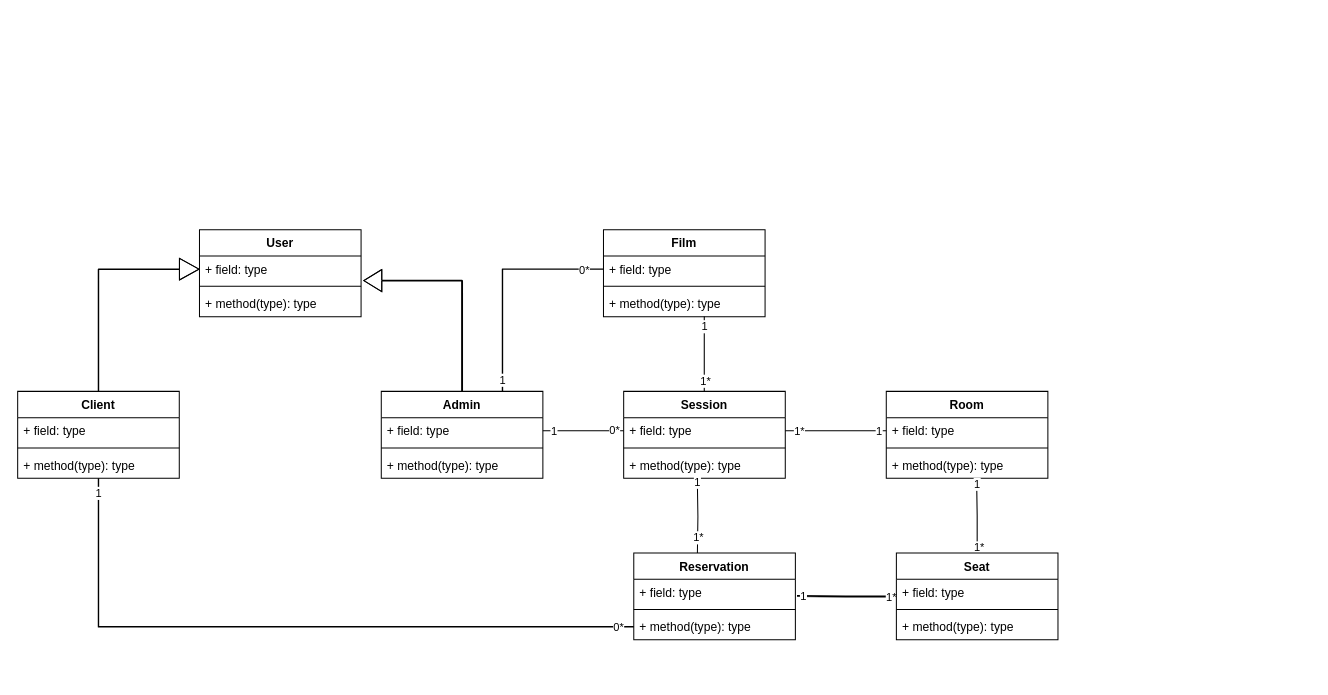
Above: conception/diagram.drawio in OUMAIMAtakrour/Cine_star (draw.io), before the change. Source tidied: cells renumbered, new cells numbered last; positions are measured from the earlier drawing's top-left corner, leaving out a move shared by most shapes. Both pictures are drawn from the tidied source at 101%, with x=0, y=0 at pixel (17, 229).
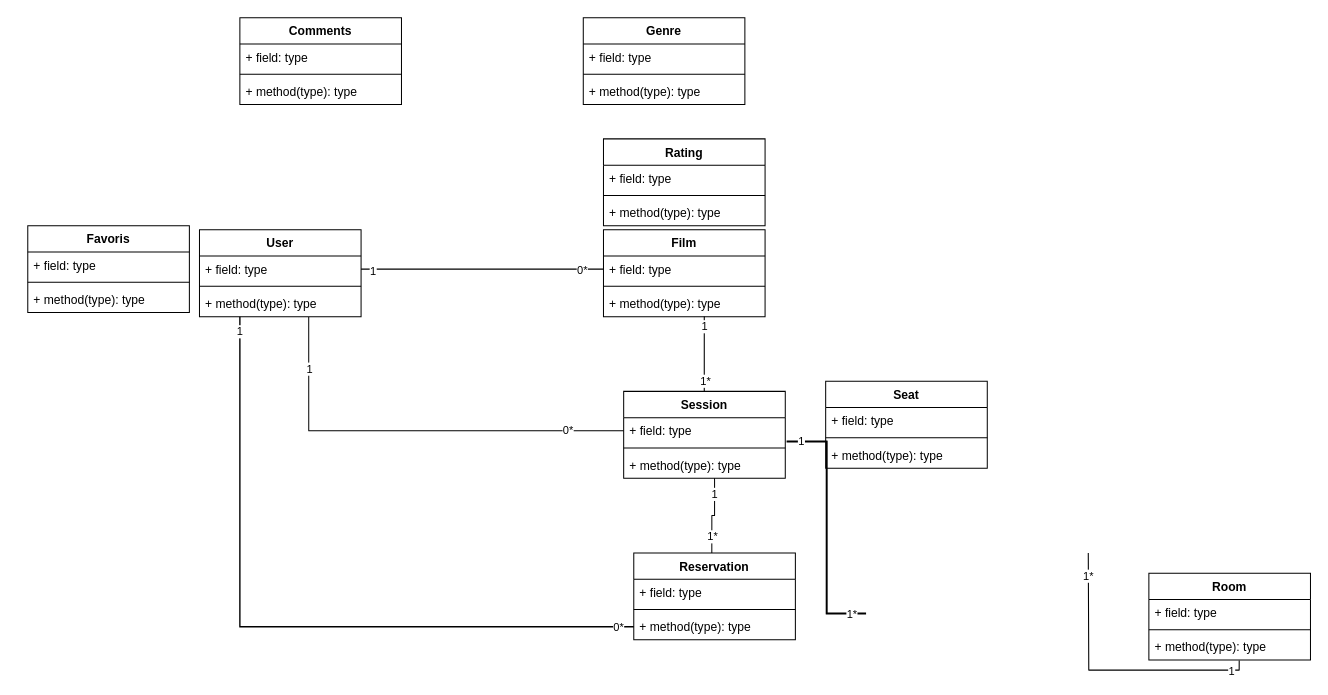
Above is the later version.

The change refers to these unchanged cells:
```xml
<mxCell id="3" value="+ field: type" style="text;strokeColor=none;fillColor=none;align=left;verticalAlign=top;spacingLeft=4;spacingRight=4;overflow=hidden;points=[[0,0.5],[1,0.5]];portConstraint=eastwest;" parent="2" vertex="1">
  <mxGeometry y="26" width="160" height="26" as="geometry" />
</mxCell>
<mxCell id="10" value="+ field: type" style="text;strokeColor=none;fillColor=none;align=left;verticalAlign=top;spacingLeft=4;spacingRight=4;overflow=hidden;points=[[0,0.5],[1,0.5]];portConstraint=eastwest;" parent="9" vertex="1">
  <mxGeometry y="26" width="160" height="26" as="geometry" />
</mxCell>
<mxCell id="12" value="+ method(type): type" style="text;strokeColor=none;fillColor=none;align=left;verticalAlign=top;spacingLeft=4;spacingRight=4;overflow=hidden;points=[[0,0.5],[1,0.5]];portConstraint=eastwest;" parent="9" vertex="1">
  <mxGeometry y="60" width="160" height="26" as="geometry" />
</mxCell>
<mxCell id="29" value="User" style="swimlane;fontStyle=1;align=center;verticalAlign=top;horizontal=1;startSize=26;" parent="1" vertex="1">
  <mxGeometry x="180" width="160" height="86" as="geometry" />
</mxCell>
<mxCell id="30" value="+ field: type" style="text;strokeColor=none;fillColor=none;align=left;verticalAlign=top;spacingLeft=4;spacingRight=4;overflow=hidden;points=[[0,0.5],[1,0.5]];portConstraint=eastwest;" parent="29" vertex="1">
  <mxGeometry y="26" width="160" height="26" as="geometry" />
</mxCell>
<mxCell id="32" value="+ method(type): type" style="text;strokeColor=none;fillColor=none;align=left;verticalAlign=top;spacingLeft=4;spacingRight=4;overflow=hidden;points=[[0,0.5],[1,0.5]];portConstraint=eastwest;" parent="29" vertex="1">
  <mxGeometry y="60" width="160" height="26" as="geometry" />
</mxCell>
<mxCell id="34" value="+ field: type" style="text;strokeColor=none;fillColor=none;align=left;verticalAlign=top;spacingLeft=4;spacingRight=4;overflow=hidden;points=[[0,0.5],[1,0.5]];portConstraint=eastwest;" parent="33" vertex="1">
  <mxGeometry y="26" width="160" height="26" as="geometry" />
</mxCell>
<mxCell id="36" value="+ method(type): type" style="text;strokeColor=none;fillColor=none;align=left;verticalAlign=top;spacingLeft=4;spacingRight=4;overflow=hidden;points=[[0,0.5],[1,0.5]];portConstraint=eastwest;" parent="33" vertex="1">
  <mxGeometry y="60" width="160" height="26" as="geometry" />
</mxCell>
<mxCell id="50" value="Reservation" style="swimlane;fontStyle=1;align=center;verticalAlign=top;horizontal=1;startSize=26;" parent="1" vertex="1">
  <mxGeometry x="610" y="320" width="160" height="86" as="geometry" />
</mxCell>
<mxCell id="51" value="+ field: type" style="text;strokeColor=none;fillColor=none;align=left;verticalAlign=top;spacingLeft=4;spacingRight=4;overflow=hidden;points=[[0,0.5],[1,0.5]];portConstraint=eastwest;" parent="50" vertex="1">
  <mxGeometry y="26" width="160" height="26" as="geometry" />
</mxCell>
<mxCell id="53" value="+ method(type): type" style="text;strokeColor=none;fillColor=none;align=left;verticalAlign=top;spacingLeft=4;spacingRight=4;overflow=hidden;points=[[0,0.5],[1,0.5]];portConstraint=eastwest;" parent="50" vertex="1">
  <mxGeometry y="60" width="160" height="26" as="geometry" />
</mxCell>
```

Diff of the diagram source:
```diff
@@
-    <mxCell id="13" style="edgeStyle=orthogonalEdgeStyle;shape=flexArrow;html=1;exitX=0.5;exitY=0;exitDx=0;exitDy=0;entryX=1.014;entryY=0.936;entryDx=0;entryDy=0;entryPerimeter=0;width=0.8888888888888888;endSize=5.586666666666667;" parent="1" edge="1" source="17" target="30">
-      <mxGeometry relative="1" as="geometry">
-        <Array as="points">
-          <mxPoint x="440" y="50" />
-        </Array>
-      </mxGeometry>
-    </mxCell>
-    <mxCell id="14" style="edgeStyle=orthogonalEdgeStyle;shape=link;html=1;exitX=0.75;exitY=0;exitDx=0;exitDy=0;entryX=0;entryY=0.5;entryDx=0;entryDy=0;width=-0.37037037037037024;" parent="1" edge="1" source="17" target="3">
+    <mxCell id="14" style="edgeStyle=orthogonalEdgeStyle;shape=link;html=1;exitX=1;exitY=0.5;exitDx=0;exitDy=0;entryX=0;entryY=0.5;entryDx=0;entryDy=0;width=-0.37037037037037024;" parent="1" edge="1" source="30" target="3">
       <mxGeometry relative="1" as="geometry" />
     </mxCell>
@@
-    <mxCell id="17" value="Admin" style="swimlane;fontStyle=1;align=center;verticalAlign=top;horizontal=1;startSize=26;" parent="1" vertex="1">
-      <mxGeometry x="360" y="160" width="160" height="86" as="geometry" />
-    </mxCell>
-    <mxCell id="18" value="+ field: type" style="text;strokeColor=none;fillColor=none;align=left;verticalAlign=top;spacingLeft=4;spacingRight=4;overflow=hidden;points=[[0,0.5],[1,0.5]];portConstraint=eastwest;" parent="17" vertex="1">
-      <mxGeometry y="26" width="160" height="26" as="geometry" />
-    </mxCell>
-    <mxCell id="19" style="line;strokeWidth=1;fillColor=none;align=left;verticalAlign=middle;spacingTop=-1;spacingLeft=3;spacingRight=3;labelPosition=right;strokeColor=inherit;" parent="17" vertex="1">
-      <mxGeometry y="52" width="160" height="8" as="geometry" />
-    </mxCell>
-    <mxCell id="20" value="+ method(type): type" style="text;strokeColor=none;fillColor=none;align=left;verticalAlign=top;spacingLeft=4;spacingRight=4;overflow=hidden;" parent="17" vertex="1">
-      <mxGeometry y="60" width="160" height="26" as="geometry" />
-    </mxCell>
-    <mxCell id="21" style="edgeStyle=orthogonalEdgeStyle;html=1;exitX=0.5;exitY=0;exitDx=0;exitDy=0;entryX=0;entryY=0.5;entryDx=0;entryDy=0;shape=flexArrow;width=0.4444444444444444;endSize=6.111111111111111;" parent="1" edge="1" source="25" target="30">
-      <mxGeometry relative="1" as="geometry" />
-    </mxCell>
-    <mxCell id="22" style="edgeStyle=orthogonalEdgeStyle;shape=link;html=1;width=-0.37037037037037024;" parent="1" edge="1" source="25" target="53">
+    <mxCell id="22" style="edgeStyle=orthogonalEdgeStyle;shape=link;html=1;width=-0.37037037037037024;exitX=0.25;exitY=1;exitDx=0;exitDy=0;" parent="1" edge="1" source="29" target="53">
       <mxGeometry relative="1" as="geometry" />
     </mxCell>
@@
-    <mxCell id="25" value="Client" style="swimlane;fontStyle=1;align=center;verticalAlign=top;horizontal=1;startSize=26;" parent="1" vertex="1">
-      <mxGeometry y="160" width="160" height="86" as="geometry" />
-    </mxCell>
-    <mxCell id="26" value="+ field: type" style="text;strokeColor=none;fillColor=none;align=left;verticalAlign=top;spacingLeft=4;spacingRight=4;overflow=hidden;" parent="25" vertex="1">
-      <mxGeometry y="26" width="160" height="26" as="geometry" />
-    </mxCell>
-    <mxCell id="27" style="line;strokeWidth=1;fillColor=none;align=left;verticalAlign=middle;spacingTop=-1;spacingLeft=3;spacingRight=3;labelPosition=right;strokeColor=inherit;" parent="25" vertex="1">
-      <mxGeometry y="52" width="160" height="8" as="geometry" />
-    </mxCell>
-    <mxCell id="28" value="+ method(type): type" style="text;strokeColor=none;fillColor=none;align=left;verticalAlign=top;spacingLeft=4;spacingRight=4;overflow=hidden;" parent="25" vertex="1">
-      <mxGeometry y="60" width="160" height="26" as="geometry" />
-    </mxCell>
@@
     <mxCell id="33" value="Room" style="swimlane;fontStyle=1;align=center;verticalAlign=top;horizontal=1;startSize=26;" parent="1" vertex="1">
-      <mxGeometry x="860" y="160" width="160" height="86" as="geometry" />
+      <mxGeometry x="1120" y="340" width="160" height="86" as="geometry" />
     </mxCell>
@@
-    <mxCell id="37" style="edgeStyle=orthogonalEdgeStyle;shape=link;html=1;entryX=0.559;entryY=1.017;entryDx=0;entryDy=0;entryPerimeter=0;width=0.06211180124223503;" parent="1" edge="1" source="43" target="36">
-      <mxGeometry relative="1" as="geometry" />
+    <mxCell id="37" style="edgeStyle=orthogonalEdgeStyle;shape=link;html=1;entryX=0.559;entryY=1.017;entryDx=0;entryDy=0;entryPerimeter=0;width=0.06211180124223503;" parent="1" edge="1" target="36">
+      <mxGeometry relative="1" as="geometry">
+        <mxPoint x="1060" y="320" as="sourcePoint" />
+      </mxGeometry>
     </mxCell>
@@
-    <mxCell id="40" style="edgeStyle=orthogonalEdgeStyle;shape=link;html=1;entryX=1.01;entryY=0.639;entryDx=0;entryDy=0;entryPerimeter=0;width=-0.9316770186335415;" parent="1" edge="1" source="43" target="51">
-      <mxGeometry relative="1" as="geometry" />
+    <mxCell id="40" style="edgeStyle=elbowEdgeStyle;shape=link;html=1;width=-0.9316770186335415;entryX=1.008;entryY=0.908;entryDx=0;entryDy=0;entryPerimeter=0;" parent="1" edge="1" target="10">
+      <mxGeometry relative="1" as="geometry">
+        <mxPoint x="840" y="380" as="sourcePoint" />
+      </mxGeometry>
     </mxCell>
@@
     <mxCell id="43" value="Seat" style="swimlane;fontStyle=1;align=center;verticalAlign=top;horizontal=1;startSize=26;" parent="1" vertex="1">
-      <mxGeometry x="870" y="320" width="160" height="86" as="geometry" />
+      <mxGeometry x="800" y="150" width="160" height="86" as="geometry" />
     </mxCell>
@@
-    <mxCell id="47" style="edgeStyle=orthogonalEdgeStyle;shape=link;html=1;entryX=0.562;entryY=1.018;entryDx=0;entryDy=0;entryPerimeter=0;width=0;" parent="1" edge="1">
+    <mxCell id="47" style="edgeStyle=orthogonalEdgeStyle;shape=link;html=1;entryX=0.562;entryY=1.002;entryDx=0;entryDy=0;entryPerimeter=0;width=0;exitX=0.483;exitY=0.002;exitDx=0;exitDy=0;exitPerimeter=0;" parent="1" edge="1" source="50" target="12">
       <mxGeometry relative="1" as="geometry">
-        <mxPoint x="673" y="320" as="sourcePoint" />
-        <mxPoint x="672.9" y="246.5" as="targetPoint" />
+        <Array as="points">
+          <mxPoint x="687" y="283" />
+          <mxPoint x="690" y="283" />
+          <mxPoint x="690" y="248" />
+          <mxPoint x="690" y="248" />
+        </Array>
       </mxGeometry>
     </mxCell>
     <mxCell id="48" value="1" style="edgeLabel;html=1;align=center;verticalAlign=middle;" parent="47" vertex="1">
-      <mxGeometry x="0.92" relative="1" as="geometry" />
+      <mxGeometry x="0.92" relative="1" as="geometry">
+        <mxPoint x="-1" y="13" as="offset" />
+      </mxGeometry>
     </mxCell>
@@
-    <mxCell id="54" style="edgeStyle=orthogonalEdgeStyle;shape=link;html=1;exitX=0;exitY=0.5;exitDx=0;exitDy=0;entryX=1;entryY=0.5;entryDx=0;entryDy=0;width=0;" parent="1" edge="1" source="34" target="10">
-      <mxGeometry relative="1" as="geometry" />
-    </mxCell>
-    <mxCell id="55" value="1*" style="edgeLabel;html=1;align=center;verticalAlign=middle;" parent="54" vertex="1">
-      <mxGeometry x="0.74" relative="1" as="geometry" />
-    </mxCell>
-    <mxCell id="56" value="1" style="edgeLabel;html=1;align=center;verticalAlign=middle;" parent="54" vertex="1">
-      <mxGeometry x="-0.85" relative="1" as="geometry" />
-    </mxCell>
-    <mxCell id="57" style="edgeStyle=orthogonalEdgeStyle;shape=link;html=1;exitX=1;exitY=0.5;exitDx=0;exitDy=0;entryX=0;entryY=0.5;entryDx=0;entryDy=0;width=0;" parent="1" edge="1" source="18" target="10">
+    <mxCell id="57" style="edgeStyle=orthogonalEdgeStyle;shape=link;html=1;exitX=0.676;exitY=1.01;exitDx=0;exitDy=0;entryX=0;entryY=0.5;entryDx=0;entryDy=0;width=0;exitPerimeter=0;" parent="1" edge="1" source="32" target="10">
       <mxGeometry relative="1" as="geometry" />
     </mxCell>
@@
+    <mxCell id="60" value="Favoris" style="swimlane;fontStyle=1;align=center;verticalAlign=top;horizontal=1;startSize=26;" parent="1" vertex="1">
+      <mxGeometry x="10" y="-4" width="160" height="86" as="geometry" />
+    </mxCell>
+    <mxCell id="61" value="+ field: type" style="text;strokeColor=none;fillColor=none;align=left;verticalAlign=top;spacingLeft=4;spacingRight=4;overflow=hidden;" parent="60" vertex="1">
+      <mxGeometry y="26" width="160" height="26" as="geometry" />
+    </mxCell>
+    <mxCell id="62" style="line;strokeWidth=1;fillColor=none;align=left;verticalAlign=middle;spacingTop=-1;spacingLeft=3;spacingRight=3;labelPosition=right;strokeColor=inherit;" parent="60" vertex="1">
+      <mxGeometry y="52" width="160" height="8" as="geometry" />
+    </mxCell>
+    <mxCell id="63" value="+ method(type): type" style="text;strokeColor=none;fillColor=none;align=left;verticalAlign=top;spacingLeft=4;spacingRight=4;overflow=hidden;" parent="60" vertex="1">
+      <mxGeometry y="60" width="160" height="26" as="geometry" />
+    </mxCell>
+    <mxCell id="64" value="Rating" style="swimlane;fontStyle=1;align=center;verticalAlign=top;horizontal=1;startSize=26;" parent="1" vertex="1">
+      <mxGeometry x="580" y="-90" width="160" height="86" as="geometry" />
+    </mxCell>
+    <mxCell id="65" value="+ field: type" style="text;strokeColor=none;fillColor=none;align=left;verticalAlign=top;spacingLeft=4;spacingRight=4;overflow=hidden;" parent="64" vertex="1">
+      <mxGeometry y="26" width="160" height="26" as="geometry" />
+    </mxCell>
+    <mxCell id="66" style="line;strokeWidth=1;fillColor=none;align=left;verticalAlign=middle;spacingTop=-1;spacingLeft=3;spacingRight=3;labelPosition=right;strokeColor=inherit;" parent="64" vertex="1">
+      <mxGeometry y="52" width="160" height="8" as="geometry" />
+    </mxCell>
+    <mxCell id="67" value="+ method(type): type" style="text;strokeColor=none;fillColor=none;align=left;verticalAlign=top;spacingLeft=4;spacingRight=4;overflow=hidden;" parent="64" vertex="1">
+      <mxGeometry y="60" width="160" height="26" as="geometry" />
+    </mxCell>
+    <mxCell id="68" value="Comments" style="swimlane;fontStyle=1;align=center;verticalAlign=top;horizontal=1;startSize=26;" parent="1" vertex="1">
+      <mxGeometry x="220" y="-210" width="160" height="86" as="geometry" />
+    </mxCell>
+    <mxCell id="69" value="+ field: type" style="text;strokeColor=none;fillColor=none;align=left;verticalAlign=top;spacingLeft=4;spacingRight=4;overflow=hidden;" parent="68" vertex="1">
+      <mxGeometry y="26" width="160" height="26" as="geometry" />
+    </mxCell>
+    <mxCell id="70" style="line;strokeWidth=1;fillColor=none;align=left;verticalAlign=middle;spacingTop=-1;spacingLeft=3;spacingRight=3;labelPosition=right;strokeColor=inherit;" parent="68" vertex="1">
+      <mxGeometry y="52" width="160" height="8" as="geometry" />
+    </mxCell>
+    <mxCell id="71" value="+ method(type): type" style="text;strokeColor=none;fillColor=none;align=left;verticalAlign=top;spacingLeft=4;spacingRight=4;overflow=hidden;" parent="68" vertex="1">
+      <mxGeometry y="60" width="160" height="26" as="geometry" />
+    </mxCell>
+    <mxCell id="72" value="Genre" style="swimlane;fontStyle=1;align=center;verticalAlign=top;horizontal=1;startSize=26;" parent="1" vertex="1">
+      <mxGeometry x="560" y="-210" width="160" height="86" as="geometry" />
+    </mxCell>
+    <mxCell id="73" value="+ field: type" style="text;strokeColor=none;fillColor=none;align=left;verticalAlign=top;spacingLeft=4;spacingRight=4;overflow=hidden;" parent="72" vertex="1">
+      <mxGeometry y="26" width="160" height="26" as="geometry" />
+    </mxCell>
+    <mxCell id="74" style="line;strokeWidth=1;fillColor=none;align=left;verticalAlign=middle;spacingTop=-1;spacingLeft=3;spacingRight=3;labelPosition=right;strokeColor=inherit;" parent="72" vertex="1">
+      <mxGeometry y="52" width="160" height="8" as="geometry" />
+    </mxCell>
+    <mxCell id="75" value="+ method(type): type" style="text;strokeColor=none;fillColor=none;align=left;verticalAlign=top;spacingLeft=4;spacingRight=4;overflow=hidden;" parent="72" vertex="1">
+      <mxGeometry y="60" width="160" height="26" as="geometry" />
+    </mxCell>
```
